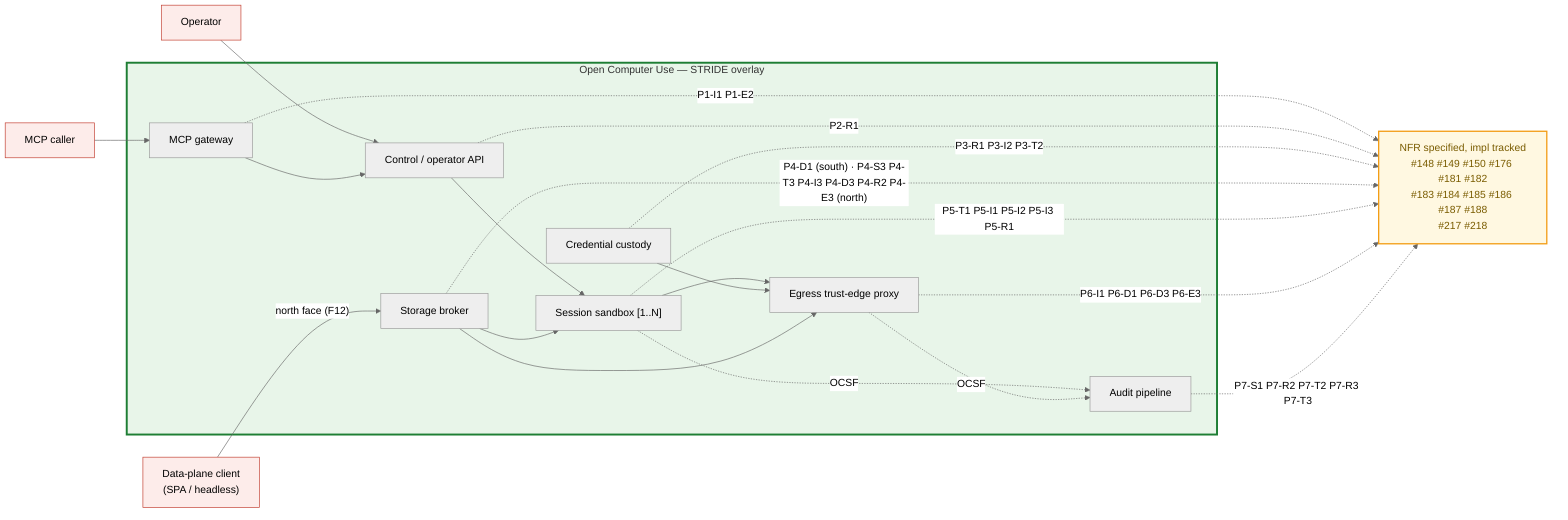
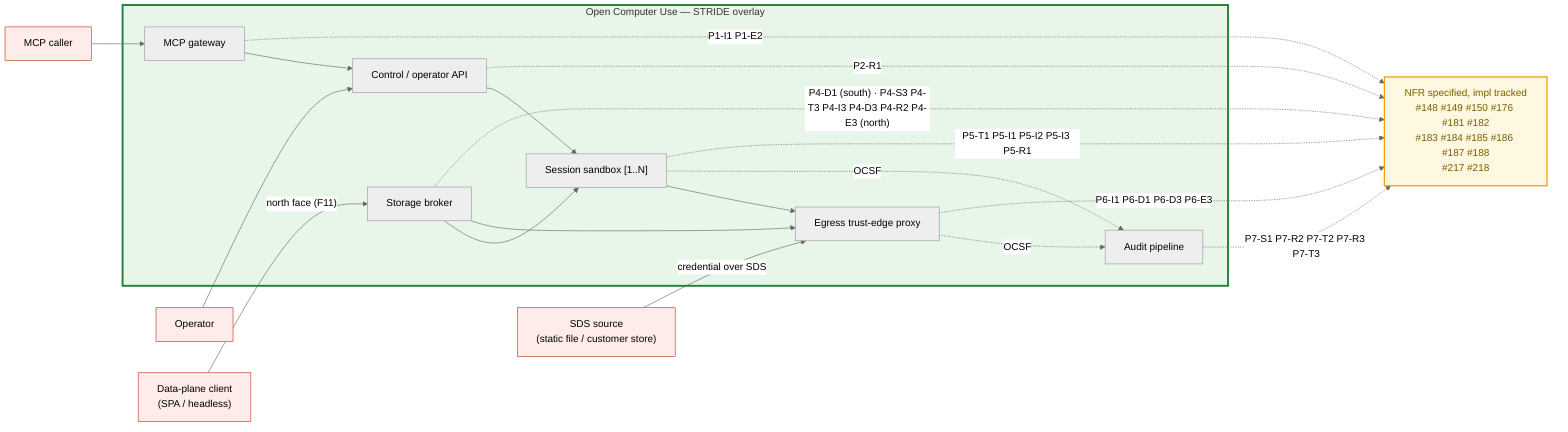
%% SPDX-License-Identifier: FSL-1.1-Apache-2.0
%% Copyright (c) 2025 Open Computer Use Contributors
%% Layer 7 STRIDE overlay on the Layer 6 container DFD. Referenced from docs/architecture/06-threat-model.md.
%% Residual (PARTIAL) threats annotated per element; the DFD itself is canonical in c4-container.mmd (not redrawn).
%%{init: {"theme": "neutral"} }%%
flowchart LR
    PEER["MCP caller"]:::ext
    OPER["Operator"]:::ext
    DPC["Data-plane client<br/>(SPA / headless)"]:::ext
+     SDS["SDS source<br/>(static file / customer store)"]:::ext
    subgraph OCU["Open Computer Use — STRIDE overlay"]
        MCPG["MCP gateway"]
        CTRL["Control / operator API"]
-         CUST["Credential custody"]
        STORE["Storage broker"]
        VM["Session sandbox [1..N]"]
        EDGE["Egress trust-edge proxy"]
        AUD["Audit pipeline"]
    end
    PEER --> MCPG
    OPER --> CTRL
    MCPG --> CTRL
    CTRL --> VM
    STORE --> VM
-     DPC -->|"north face (F12)"| STORE
+     DPC -->|"north face (F11)"| STORE
    VM --> EDGE
-     CUST --> EDGE
+     SDS -->|"credential over SDS"| EDGE
    STORE --> EDGE
    VM -.OCSF.-> AUD
    EDGE -.OCSF.-> AUD

    PEND["NFR specified, impl tracked<br/>#148 #149 #150 #176 #181 #182<br/>#183 #184 #185 #186 #187 #188<br/>#217 #218"]:::pend
    MCPG -. P1-I1 P1-E2 .-> PEND
    CTRL -. P2-R1 .-> PEND
-     CUST -. P3-R1 P3-I2 P3-T2 .-> PEND
    STORE -. "P4-D1 (south) · P4-S3 P4-T3 P4-I3 P4-D3 P4-R2 P4-E3 (north)" .-> PEND
    VM -. P5-T1 P5-I1 P5-I2 P5-I3 P5-R1 .-> PEND
    EDGE -. P6-I1 P6-D1 P6-D3 P6-E3 .-> PEND
    AUD -. P7-S1 P7-R2 P7-T2 P7-R3 P7-T3 .-> PEND

    classDef ext fill:#fdecea,stroke:#c0392b,stroke-width:1px;
    classDef pend fill:#fff8e1,stroke:#f39c12,stroke-width:2px,color:#7a5c00;
    style OCU fill:#e8f5e9,stroke:#1e7e34,stroke-width:3px;
